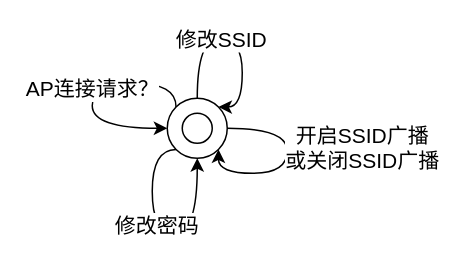
This is page "AP行为HTA" (5 of 6) of 时间自动机.drawio from Icarus1994/neutron_conf, a draw.io file, before an edit. Source tidied: cells renumbered, new cells numbered last; positions are measured from the earlier drawing's top-left corner, leaving out a move shared by most shapes. Both pictures are drawn from the tidied source at 150%, with x=0, y=0 at pixel (92, 38).
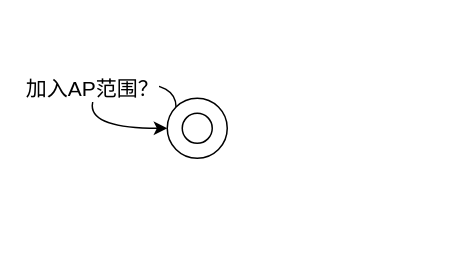
Above is the later version.

What changed in the source:
```diff
@@
 <mxGraphModel>
   <root>
     <mxCell id="0" />
     <mxCell id="1" parent="0" />
     <mxCell id="2" style="ellipse;whiteSpace=wrap;html=1;fontSize=14;" parent="1" vertex="1">
       <mxGeometry x="50" y="40" width="40" height="40" as="geometry" />
     </mxCell>
     <mxCell id="3" style="ellipse;whiteSpace=wrap;html=1;fontSize=14;" parent="1" vertex="1">
       <mxGeometry x="60" y="50" width="20" height="20" as="geometry" />
     </mxCell>
-    <mxCell id="4" style="edgeStyle=orthogonalEdgeStyle;curved=1;rounded=0;orthogonalLoop=1;jettySize=auto;html=1;exitX=0.5;exitY=0;exitDx=0;exitDy=0;entryX=1;entryY=0;entryDx=0;entryDy=0;fontSize=14;" parent="1" edge="1" source="2" target="2">
-      <mxGeometry relative="1" as="geometry">
-        <Array as="points">
-          <mxPoint x="70" />
-          <mxPoint x="100" />
-          <mxPoint x="100" y="46" />
-        </Array>
-      </mxGeometry>
-    </mxCell>
-    <mxCell id="5" value="修改SSID" style="text;html=1;align=center;verticalAlign=middle;labelBackgroundColor=#ffffff;fontSize=14;" parent="4" vertex="1">
-      <mxGeometry x="-0.17" relative="1" as="geometry" />
-    </mxCell>
-    <mxCell id="6" value="开启SSID广播&lt;br&gt;或关闭SSID广播" style="edgeStyle=orthogonalEdgeStyle;curved=1;rounded=0;orthogonalLoop=1;jettySize=auto;html=1;exitX=1;exitY=0.5;exitDx=0;exitDy=0;entryX=1;entryY=1;entryDx=0;entryDy=0;fontSize=14;" parent="1" edge="1" source="2" target="2">
-      <mxGeometry x="-0.2" y="50" relative="1" as="geometry">
-        <Array as="points">
-          <mxPoint x="130" y="60" />
-          <mxPoint x="130" y="90" />
-          <mxPoint x="84" y="90" />
-        </Array>
-      </mxGeometry>
-    </mxCell>
-    <mxCell id="7" value="AP连接请求？" style="edgeStyle=orthogonalEdgeStyle;curved=1;rounded=0;orthogonalLoop=1;jettySize=auto;html=1;exitX=0;exitY=0;exitDx=0;exitDy=0;entryX=0;entryY=0.5;entryDx=0;entryDy=0;fontSize=14;" parent="1" edge="1" source="2" target="2">
+    <mxCell id="7" value="加入AP范围？" style="edgeStyle=orthogonalEdgeStyle;curved=1;rounded=0;orthogonalLoop=1;jettySize=auto;html=1;exitX=0;exitY=0;exitDx=0;exitDy=0;entryX=0;entryY=0.5;entryDx=0;entryDy=0;fontSize=14;" parent="1" edge="1" source="2" target="2">
       <mxGeometry relative="1" as="geometry">
         <Array as="points">
           <mxPoint x="56" y="30" />
           <mxPoint y="30" />
           <mxPoint y="60" />
         </Array>
       </mxGeometry>
     </mxCell>
-    <mxCell id="8" style="edgeStyle=orthogonalEdgeStyle;curved=1;rounded=0;orthogonalLoop=1;jettySize=auto;html=1;exitX=0;exitY=1;exitDx=0;exitDy=0;entryX=0.5;entryY=1;entryDx=0;entryDy=0;fontSize=14;" parent="1" edge="1" source="2" target="2">
-      <mxGeometry relative="1" as="geometry">
-        <Array as="points">
-          <mxPoint x="40" y="74" />
-          <mxPoint x="40" y="130" />
-          <mxPoint x="70" y="130" />
-        </Array>
-      </mxGeometry>
-    </mxCell>
-    <mxCell id="9" value="修改密码" style="text;html=1;align=center;verticalAlign=middle;labelBackgroundColor=#ffffff;fontSize=14;" parent="8" vertex="1">
-      <mxGeometry x="-0.13" y="2" relative="1" as="geometry" />
-    </mxCell>
   </root>
 </mxGraphModel>
```
